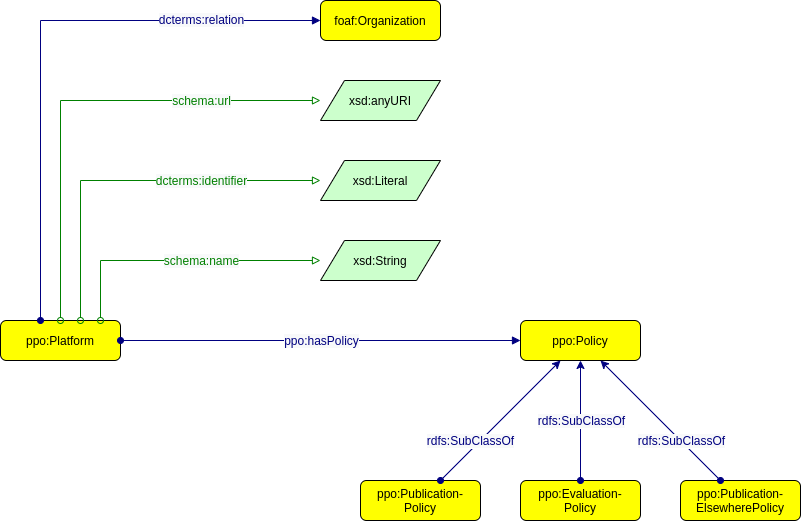
Earlier version of the draw.io export img/ppo_ontology-Platform.drawio.png (CWTSLeiden/Journal-Observatory-framework). Source tidied: cells renumbered, new cells last; positions are measured from the earlier drawing's top-left corner, leaving out a move shared by most shapes.
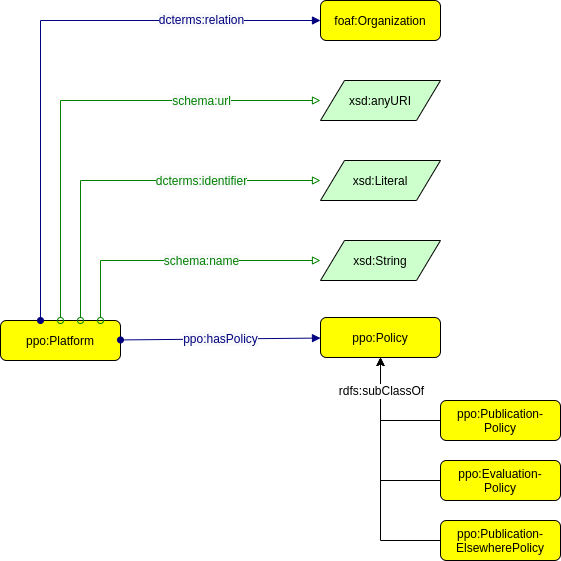
Later version of the same file.

Diff of the diagram source:
```diff
@@ -66,44 +66,48 @@
       </mxGeometry>
     </mxCell>
     <mxCell id="15" value="ppo:Evaluation-&#10;Policy" style="graphMlID=n4;shape=rect;rounded=1;arcsize=30;fillColor=#ffff00;strokeColor=#000000;strokeWidth=1.0;" parent="1" vertex="1">
-      <mxGeometry x="520" y="480" width="120" height="40" as="geometry" />
+      <mxGeometry x="440" y="460" width="120" height="40" as="geometry" />
     </mxCell>
     <mxCell id="16" value="ppo:Publication-&#10;ElsewherePolicy" style="graphMlID=n4;shape=rect;rounded=1;arcsize=30;fillColor=#ffff00;strokeColor=#000000;strokeWidth=1.0;" parent="1" vertex="1">
-      <mxGeometry x="680" y="480" width="120" height="40" as="geometry" />
+      <mxGeometry x="440" y="520" width="120" height="40" as="geometry" />
     </mxCell>
     <mxCell id="17" value="ppo:Policy" style="graphMlID=n4;shape=rect;rounded=1;arcsize=30;fillColor=#ffff00;strokeColor=#000000;strokeWidth=1.0;" parent="1" vertex="1">
-      <mxGeometry x="520" y="320" width="120" height="40" as="geometry" />
+      <mxGeometry x="320" y="317" width="120" height="40" as="geometry" />
     </mxCell>
     <mxCell id="18" value="ppo:Publication-&#10;Policy" style="graphMlID=n4;shape=rect;rounded=1;arcsize=30;fillColor=#ffff00;strokeColor=#000000;strokeWidth=1.0;" parent="1" vertex="1">
-      <mxGeometry x="360" y="480" width="120" height="40" as="geometry" />
+      <mxGeometry x="440" y="400" width="120" height="40" as="geometry" />
     </mxCell>
-    <mxCell id="19" style="graphMlID=e0;rounded=0;endArrow=oval;strokeColor=#000080;strokeWidth=1.0;startArrow=classic;startFill=1;endFill=1;fontFamily=Helvetica;fontSize=11;" parent="1" edge="1" source="17" target="18">
-      <mxGeometry relative="1" as="geometry" />
-    </mxCell>
-    <mxCell id="20" value="&lt;span style=&quot;color: rgb(0, 0, 128); font-size: 12px; background-color: rgb(248, 249, 250);&quot;&gt;rdfs:SubClassOf&lt;/span&gt;" style="text;html=1;align=center;verticalAlign=middle;labelBackgroundColor=#ffffff;fontSize=12;fontFamily=Helvetica;" parent="19" vertex="1">
-      <mxGeometry relative="1" as="geometry">
-        <mxPoint x="-30" y="20" as="offset" />
-      </mxGeometry>
-    </mxCell>
-    <mxCell id="21" style="graphMlID=e0;rounded=0;endArrow=oval;strokeColor=#000080;strokeWidth=1.0;startArrow=classic;startFill=1;endFill=1;fontFamily=Helvetica;fontSize=11;" parent="1" edge="1" source="17" target="16">
-      <mxGeometry relative="1" as="geometry" />
-    </mxCell>
-    <mxCell id="22" value="&lt;span style=&quot;color: rgb(0, 0, 128); font-size: 12px; background-color: rgb(248, 249, 250);&quot;&gt;rdfs:SubClassOf&lt;/span&gt;" style="text;html=1;align=center;verticalAlign=middle;labelBackgroundColor=#ffffff;fontSize=12;fontFamily=Helvetica;" parent="21" vertex="1">
-      <mxGeometry relative="1" as="geometry">
-        <mxPoint x="20" y="20" as="offset" />
-      </mxGeometry>
-    </mxCell>
-    <mxCell id="23" style="graphMlID=e0;rounded=0;endArrow=oval;strokeColor=#000080;strokeWidth=1.0;startArrow=classic;startFill=1;endFill=1;fontFamily=Helvetica;fontSize=11;" parent="1" edge="1" source="17" target="15">
-      <mxGeometry relative="1" as="geometry" />
-    </mxCell>
-    <mxCell id="24" value="&lt;span style=&quot;color: rgb(0, 0, 128); font-size: 12px; background-color: rgb(248, 249, 250);&quot;&gt;rdfs:SubClassOf&lt;/span&gt;" style="text;html=1;align=center;verticalAlign=middle;labelBackgroundColor=#ffffff;fontSize=12;fontFamily=Helvetica;" parent="23" vertex="1">
-      <mxGeometry relative="1" as="geometry" />
-    </mxCell>
     <mxCell id="25" style="graphMlID=e0;rounded=0;endArrow=block;strokeColor=#000080;strokeWidth=1.0;startArrow=oval;startFill=1;endFill=1;fontFamily=Helvetica;fontSize=11;" parent="1" edge="1" source="2" target="17">
       <mxGeometry relative="1" as="geometry" />
     </mxCell>
     <mxCell id="26" value="&lt;span style=&quot;color: rgb(0, 0, 128); font-size: 12px; background-color: rgb(248, 249, 250);&quot;&gt;ppo:hasPolicy&lt;/span&gt;" style="text;html=1;align=center;verticalAlign=middle;labelBackgroundColor=#ffffff;fontSize=12;fontFamily=Helvetica;" parent="25" vertex="1">
       <mxGeometry relative="1" as="geometry" />
     </mxCell>
+    <mxCell id="27" style="edgeStyle=orthogonalEdgeStyle;rounded=0;jettySize=auto;html=1;fontFamily=Helvetica;fontSize=12;" parent="1" edge="1" source="16" target="17">
+      <mxGeometry relative="1" as="geometry">
+        <Array as="points">
+          <mxPoint x="380" y="540" />
+        </Array>
+      </mxGeometry>
+    </mxCell>
+    <mxCell id="28" style="edgeStyle=orthogonalEdgeStyle;rounded=0;jettySize=auto;html=1;fontFamily=Helvetica;fontSize=12;" parent="1" edge="1" source="15" target="17">
+      <mxGeometry relative="1" as="geometry">
+        <Array as="points">
+          <mxPoint x="380" y="480" />
+        </Array>
+      </mxGeometry>
+    </mxCell>
+    <mxCell id="29" style="endArrow=classic;html=1;textDirection=ltr;rounded=0;edgeStyle=orthogonalEdgeStyle;" parent="1" edge="1" source="18" target="17">
+      <mxGeometry relative="1" as="geometry">
+        <Array as="points">
+          <mxPoint x="380" y="420" />
+        </Array>
+      </mxGeometry>
+    </mxCell>
+    <mxCell id="30" value="rdfs:subClassOf" style="text;html=1;align=center;verticalAlign=middle;labelBackgroundColor=#ffffff;rotation=0;fontFamily=Helvetica;fontSize=12;" parent="29" vertex="1">
+      <mxGeometry x="-0.22" relative="1" as="geometry">
+        <mxPoint x="-12" y="-30" as="offset" />
+      </mxGeometry>
+    </mxCell>
   </root>
 </mxGraphModel>
```
